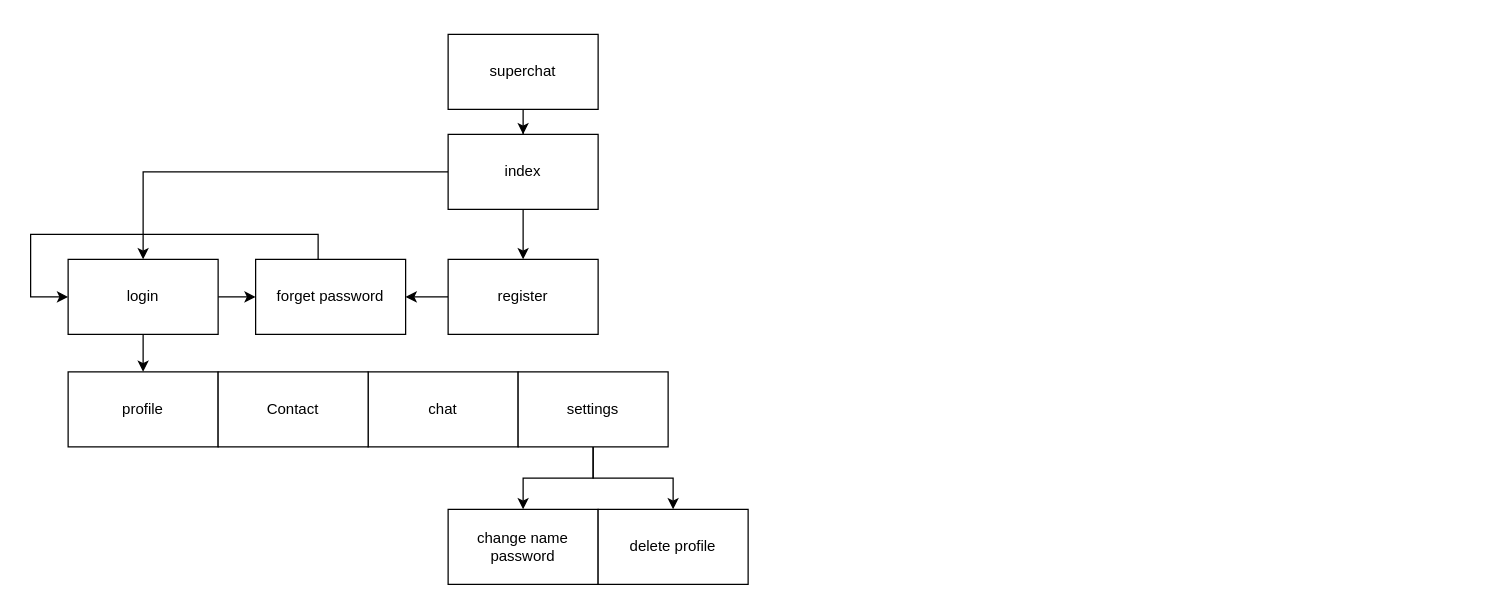
The draw.io diagram plan.drawio in ThisDiamond/ThisDiamond-superchatio, before the edit. Source tidied: cells renumbered, new cells numbered last; positions are measured from the earlier drawing's top-left corner, leaving out a move shared by most shapes. Both pictures are drawn from the tidied source at 125%, with x=0, y=0 at pixel (30, 34).
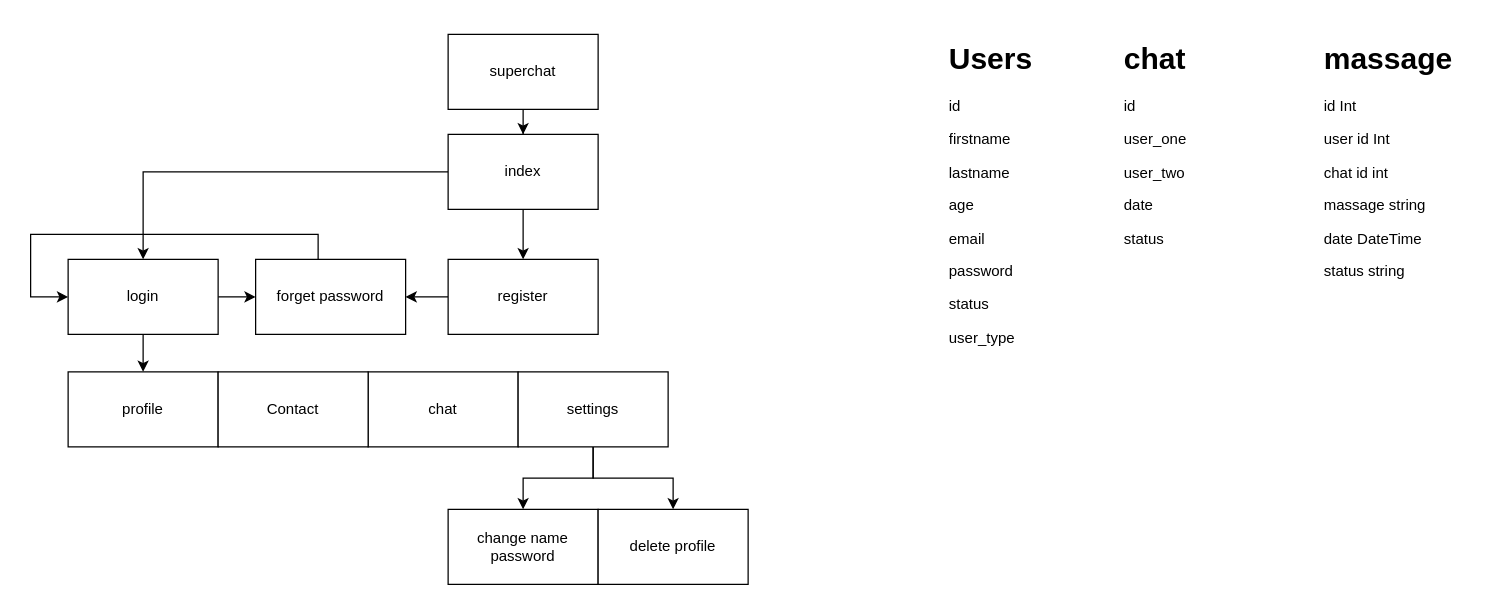
The same diagram, later.

What changed in the source:
```diff
@@
+    <mxCell id="22" value="&lt;h1&gt;Users&amp;nbsp;&lt;/h1&gt;&lt;p&gt;id&lt;/p&gt;&lt;p&gt;firstname&lt;/p&gt;&lt;p&gt;lastname&lt;/p&gt;&lt;p&gt;age&lt;/p&gt;&lt;p&gt;email&lt;/p&gt;&lt;p&gt;password&lt;/p&gt;&lt;p&gt;status&lt;/p&gt;&lt;p&gt;user_type&lt;/p&gt;" style="text;html=1;strokeColor=none;fillColor=none;spacing=5;spacingTop=-20;whiteSpace=wrap;overflow=hidden;rounded=0;" parent="1" vertex="1">
+      <mxGeometry x="730" width="90" height="250" as="geometry" />
+    </mxCell>
+    <mxCell id="23" value="&lt;h1&gt;massage&lt;/h1&gt;&lt;p&gt;id Int&amp;nbsp;&lt;/p&gt;&lt;p&gt;user id Int&lt;br&gt;&lt;/p&gt;&lt;p&gt;chat id int&lt;/p&gt;&lt;p&gt;massage string&lt;/p&gt;&lt;p&gt;&lt;span style=&quot;background-color: initial;&quot;&gt;date DateTime&lt;/span&gt;&lt;br&gt;&lt;/p&gt;&lt;p&gt;status string&lt;span style=&quot;background-color: initial;&quot;&gt;&lt;br&gt;&lt;/span&gt;&lt;/p&gt;&lt;p&gt;&lt;br&gt;&lt;/p&gt;" style="text;html=1;strokeColor=none;fillColor=none;spacing=5;spacingTop=-20;whiteSpace=wrap;overflow=hidden;rounded=0;" parent="1" vertex="1">
+      <mxGeometry x="1030" width="130" height="250" as="geometry" />
+    </mxCell>
+    <mxCell id="24" value="&lt;h1&gt;chat&amp;nbsp;&lt;/h1&gt;&lt;p&gt;id&lt;/p&gt;&lt;p&gt;user_one&lt;/p&gt;&lt;p&gt;user_two&lt;br&gt;&lt;/p&gt;&lt;p&gt;date&lt;/p&gt;&lt;p&gt;status&lt;/p&gt;" style="text;html=1;strokeColor=none;fillColor=none;spacing=5;spacingTop=-20;whiteSpace=wrap;overflow=hidden;rounded=0;" parent="1" vertex="1">
+      <mxGeometry x="870" width="140" height="250" as="geometry" />
+    </mxCell>
```
